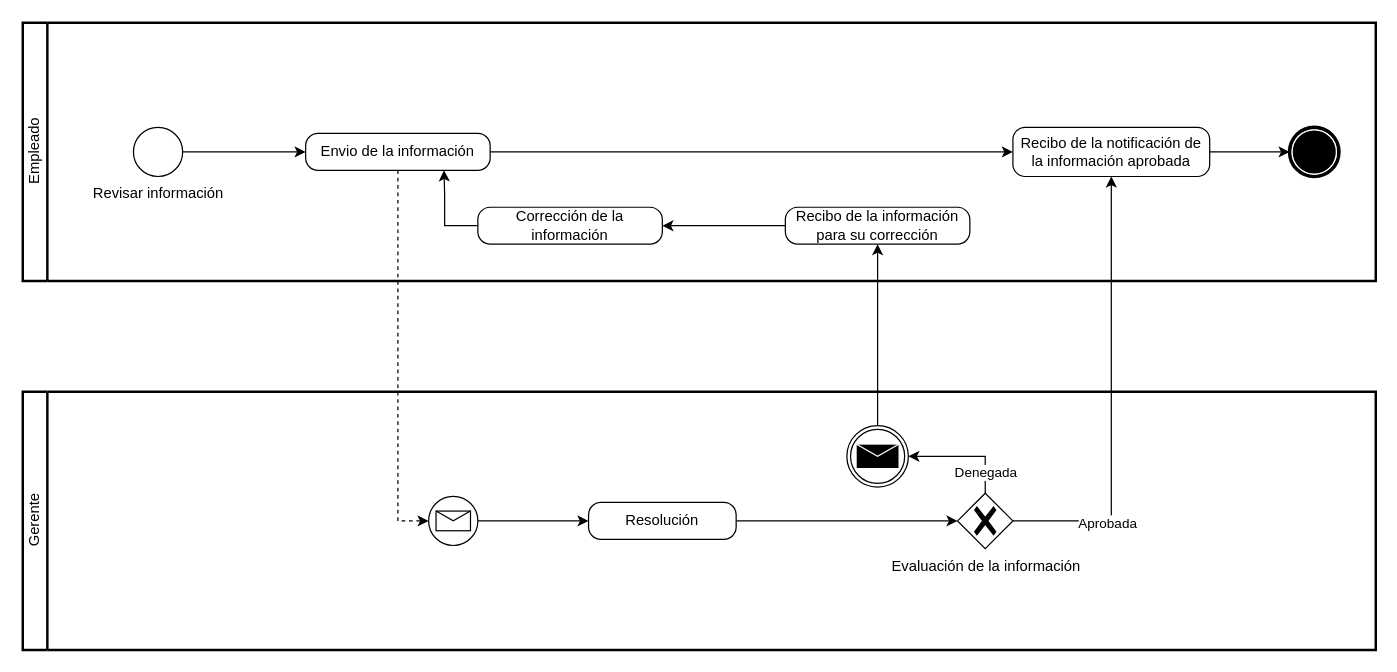
javimlopez/INRE-UAL-Azul-2022 keeps this draw.io diagram as lab2/svgs/Supuesto03.drawio. Above is the earlier version. Source tidied: cells renumbered, new cells numbered last; positions are measured from the earlier drawing's top-left corner, leaving out a move shared by most shapes. Both pictures are drawn from the tidied source at 123%, with x=0, y=0 at pixel (22, 22).
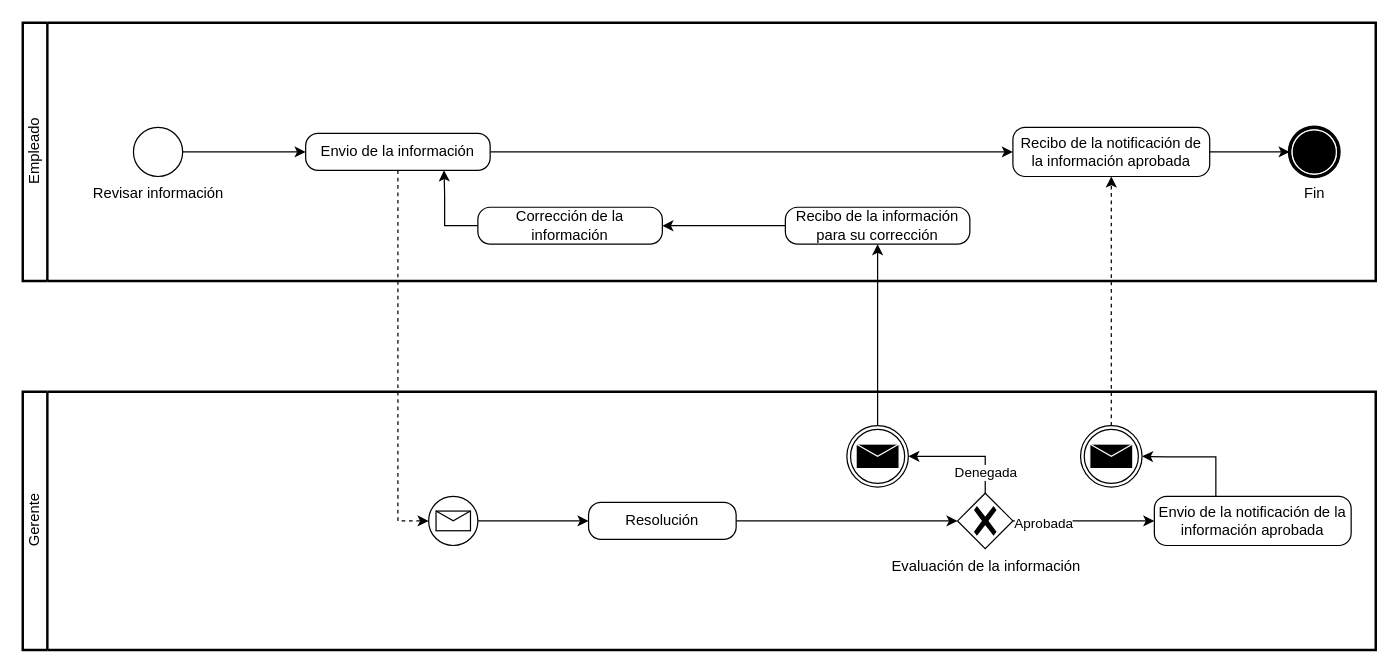
After the change.

Commit message (it also covers changes not shown here):
lab2-supuesto3 arreglado

The change refers to these unchanged cells:
```xml
<mxCell id="2" value="Empleado" style="swimlane;html=1;startSize=20;fontStyle=0;horizontal=0;swimlaneLine=1;swimlaneFillColor=#ffffff;strokeWidth=2;" parent="1" vertex="1">
  <mxGeometry width="1100" height="210" as="geometry" />
</mxCell>
<mxCell id="11" value="Recibo de la notificación de la información aprobada" style="points=[[0.25,0,0],[0.5,0,0],[0.75,0,0],[1,0.25,0],[1,0.5,0],[1,0.75,0],[0.75,1,0],[0.5,1,0],[0.25,1,0],[0,0.75,0],[0,0.5,0],[0,0.25,0]];shape=mxgraph.bpmn.task;whiteSpace=wrap;rectStyle=rounded;size=10;taskMarker=abstract;" parent="2" vertex="1">
  <mxGeometry x="805" y="85" width="160" height="40" as="geometry" />
</mxCell>
<mxCell id="14" value="Gerente" style="swimlane;html=1;startSize=20;fontStyle=0;horizontal=0;swimlaneLine=1;swimlaneFillColor=#ffffff;strokeWidth=2;" parent="1" vertex="1">
  <mxGeometry y="300" width="1100" height="210" as="geometry" />
</mxCell>
<mxCell id="22" value="Evaluación de la información" style="points=[[0.25,0.25,0],[0.5,0,0],[0.75,0.25,0],[1,0.5,0],[0.75,0.75,0],[0.5,1,0],[0.25,0.75,0],[0,0.5,0]];shape=mxgraph.bpmn.gateway2;html=1;verticalLabelPosition=bottom;labelBackgroundColor=#ffffff;verticalAlign=top;align=center;perimeter=rhombusPerimeter;outlineConnect=0;outline=none;symbol=none;gwType=exclusive;" parent="14" vertex="1">
  <mxGeometry x="760" y="82.5" width="45" height="45" as="geometry" />
</mxCell>
```

What changed in the source:
```diff
@@
-    <mxCell id="9" style="points=[[0.145,0.145,0],[0.5,0,0],[0.855,0.145,0],[1,0.5,0],[0.855,0.855,0],[0.5,1,0],[0.145,0.855,0],[0,0.5,0]];shape=mxgraph.bpmn.event;html=1;verticalLabelPosition=bottom;labelBackgroundColor=#ffffff;verticalAlign=top;align=center;perimeter=ellipsePerimeter;outlineConnect=0;outline=end;symbol=terminate;" parent="2" vertex="1">
+    <mxCell id="9" value="Fin" style="points=[[0.145,0.145,0],[0.5,0,0],[0.855,0.145,0],[1,0.5,0],[0.855,0.855,0],[0.5,1,0],[0.145,0.855,0],[0,0.5,0]];shape=mxgraph.bpmn.event;html=1;verticalLabelPosition=bottom;labelBackgroundColor=#ffffff;verticalAlign=top;align=center;perimeter=ellipsePerimeter;outlineConnect=0;outline=end;symbol=terminate;" parent="2" vertex="1">
       <mxGeometry x="1030" y="85" width="40" height="40" as="geometry" />
     </mxCell>
@@
+    <mxCell id="27" style="points=[[0.145,0.145,0],[0.5,0,0],[0.855,0.145,0],[1,0.5,0],[0.855,0.855,0],[0.5,1,0],[0.145,0.855,0],[0,0.5,0]];shape=mxgraph.bpmn.event;html=1;verticalLabelPosition=bottom;labelBackgroundColor=#ffffff;verticalAlign=top;align=center;perimeter=ellipsePerimeter;outlineConnect=0;outline=throwing;symbol=message;" parent="14" vertex="1">
+      <mxGeometry x="860" y="27.5" width="50" height="50" as="geometry" />
+    </mxCell>
+    <mxCell id="25" style="edgeStyle=orthogonalEdgeStyle;rounded=0;jettySize=auto;html=1;entryX=0;entryY=0.5;entryDx=0;entryDy=0;entryPerimeter=0;" parent="14" edge="1" source="22" target="29">
+      <mxGeometry relative="1" as="geometry">
+        <Array as="points">
+          <mxPoint x="900" y="105" />
+          <mxPoint x="900" y="105" />
+        </Array>
+      </mxGeometry>
+    </mxCell>
+    <mxCell id="26" value="Aprobada" style="edgeLabel;html=1;align=center;verticalAlign=middle;" parent="25" vertex="1">
+      <mxGeometry x="-0.58" y="-1" relative="1" as="geometry" />
+    </mxCell>
+    <mxCell id="28" style="edgeStyle=orthogonalEdgeStyle;rounded=0;jettySize=auto;html=1;entryX=1;entryY=0.5;entryDx=0;entryDy=0;entryPerimeter=0;" parent="14" edge="1" source="29" target="27">
+      <mxGeometry relative="1" as="geometry">
+        <Array as="points">
+          <mxPoint x="970" y="53" />
+          <mxPoint x="930" y="53" />
+        </Array>
+      </mxGeometry>
+    </mxCell>
+    <mxCell id="29" value="Envio de la notificación de la información aprobada" style="points=[[0.25,0,0],[0.5,0,0],[0.75,0,0],[1,0.25,0],[1,0.5,0],[1,0.75,0],[0.75,1,0],[0.5,1,0],[0.25,1,0],[0,0.75,0],[0,0.5,0],[0,0.25,0]];shape=mxgraph.bpmn.task;whiteSpace=wrap;rectStyle=rounded;size=10;taskMarker=abstract;" parent="14" vertex="1">
+      <mxGeometry x="920" y="85" width="160" height="40" as="geometry" />
+    </mxCell>
@@
-    <mxCell id="25" style="edgeStyle=orthogonalEdgeStyle;rounded=0;jettySize=auto;html=1;entryX=0.5;entryY=1;entryDx=0;entryDy=0;entryPerimeter=0;" parent="1" edge="1" source="22" target="11">
-      <mxGeometry relative="1" as="geometry">
-        <Array as="points">
-          <mxPoint x="885" y="405" />
-        </Array>
-      </mxGeometry>
-    </mxCell>
-    <mxCell id="26" value="Aprobada" style="edgeLabel;html=1;align=center;verticalAlign=middle;" parent="25" vertex="1">
-      <mxGeometry x="-0.58" y="-1" relative="1" as="geometry" />
-    </mxCell>
+    <mxCell id="30" style="edgeStyle=orthogonalEdgeStyle;rounded=0;jettySize=auto;html=1;entryX=0.5;entryY=1;entryDx=0;entryDy=0;entryPerimeter=0;dashed=1;" parent="1" edge="1" source="27" target="11">
+      <mxGeometry relative="1" as="geometry" />
+    </mxCell>
```
